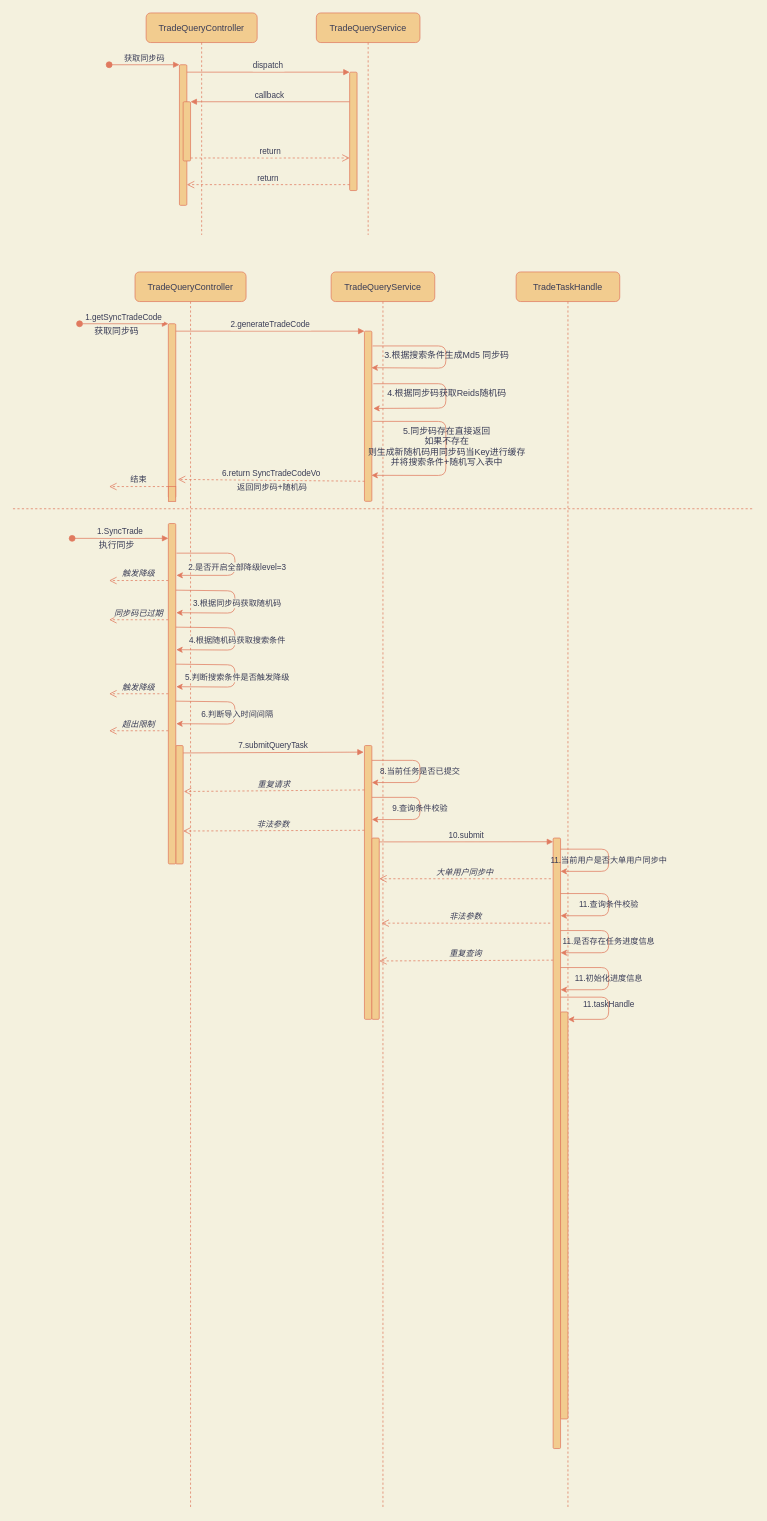
WallXue/diagrams keeps this draw.io diagram as raycloud/订单同步.drawio. Above is the earlier version. Source tidied: cells renumbered, new cells numbered last; positions are measured from the earlier drawing's top-left corner, leaving out a move shared by most shapes. Both pictures are drawn from the tidied source at 74%, with x=0, y=0 at pixel (13, 13).
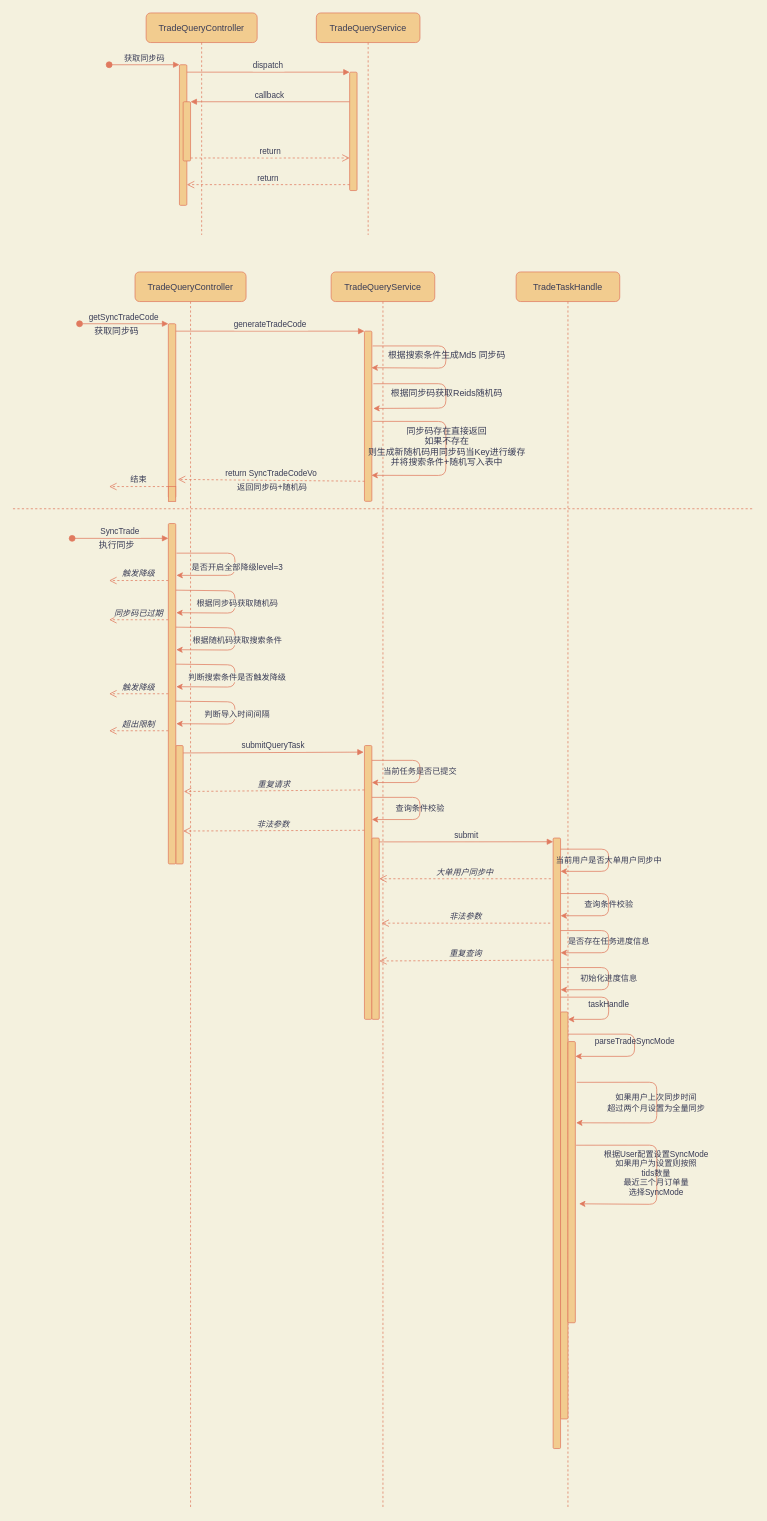
The same diagram, later.

The change refers to these unchanged cells:
```xml
<mxCell id="12" value="TradeQueryController" style="shape=umlLifeline;perimeter=lifelinePerimeter;shadow=0;strokeWidth=1;rounded=1;fillColor=#F2CC8F;strokeColor=#E07A5F;fontColor=#393C56;" parent="1" vertex="1">
  <mxGeometry x="165" y="350" width="150" height="1670" as="geometry" />
</mxCell>
<mxCell id="13" style="points=[];perimeter=orthogonalPerimeter;shadow=0;strokeWidth=1;rounded=1;fillColor=#F2CC8F;strokeColor=#E07A5F;fontColor=#393C56;" parent="12" vertex="1">
  <mxGeometry x="45" y="70" width="10" height="235" as="geometry" />
</mxCell>
<mxCell id="16" style="points=[];perimeter=orthogonalPerimeter;shadow=0;strokeWidth=1;rounded=1;fillColor=#F2CC8F;strokeColor=#E07A5F;fontColor=#393C56;" parent="15" vertex="1">
  <mxGeometry x="45" y="80" width="10" height="230" as="geometry" />
</mxCell>
<mxCell id="17" style="endArrow=classic;html=1;entryX=0.95;entryY=0.215;entryDx=0;entryDy=0;entryPerimeter=0;labelBackgroundColor=#F4F1DE;strokeColor=#E07A5F;fontColor=#393C56;" parent="15" edge="1" target="16">
  <mxGeometry relative="1" as="geometry">
    <mxPoint x="56" y="100" as="sourcePoint" />
    <Array as="points">
      <mxPoint x="155" y="100" />
      <mxPoint x="155" y="130" />
    </Array>
  </mxGeometry>
</mxCell>
<mxCell id="19" style="endArrow=classic;html=1;labelBackgroundColor=#F4F1DE;strokeColor=#E07A5F;fontColor=#393C56;entryX=1.2;entryY=0.454;entryDx=0;entryDy=0;entryPerimeter=0;exitX=1.2;exitY=0.309;exitDx=0;exitDy=0;exitPerimeter=0;" parent="15" edge="1" source="16" target="16">
  <mxGeometry relative="1" as="geometry">
    <Array as="points">
      <mxPoint x="155" y="151" />
      <mxPoint x="155" y="184" />
    </Array>
  </mxGeometry>
</mxCell>
<mxCell id="21" style="endArrow=classic;html=1;labelBackgroundColor=#F4F1DE;strokeColor=#E07A5F;fontColor=#393C56;entryX=0.95;entryY=0.847;entryDx=0;entryDy=0;entryPerimeter=0;exitX=1.117;exitY=0.53;exitDx=0;exitDy=0;exitPerimeter=0;" parent="15" edge="1" source="16" target="16">
  <mxGeometry relative="1" as="geometry">
    <Array as="points">
      <mxPoint x="155" y="202" />
      <mxPoint x="155" y="275" />
    </Array>
  </mxGeometry>
</mxCell>
<mxCell id="31" style="endArrow=classic;html=1;labelBackgroundColor=#F4F1DE;strokeColor=#E07A5F;fontColor=#393C56;" parent="1" edge="1">
  <mxGeometry relative="1" as="geometry">
    <mxPoint x="221" y="730" as="sourcePoint" />
    <mxPoint x="221" y="760" as="targetPoint" />
    <Array as="points">
      <mxPoint x="300" y="730" />
      <mxPoint x="300" y="760" />
    </Array>
  </mxGeometry>
</mxCell>
<mxCell id="33" style="endArrow=classic;html=1;exitX=1.033;exitY=0.065;exitDx=0;exitDy=0;exitPerimeter=0;labelBackgroundColor=#F4F1DE;strokeColor=#E07A5F;fontColor=#393C56;" parent="1" edge="1">
  <mxGeometry relative="1" as="geometry">
    <mxPoint x="220" y="780" as="sourcePoint" />
    <mxPoint x="220.7" y="810.5" as="targetPoint" />
    <Array as="points">
      <mxPoint x="300" y="781" />
      <mxPoint x="300" y="811" />
    </Array>
  </mxGeometry>
</mxCell>
<mxCell id="35" style="endArrow=classic;html=1;exitX=1.033;exitY=0.065;exitDx=0;exitDy=0;exitPerimeter=0;labelBackgroundColor=#F4F1DE;strokeColor=#E07A5F;fontColor=#393C56;" parent="1" edge="1">
  <mxGeometry relative="1" as="geometry">
    <mxPoint x="220" y="830" as="sourcePoint" />
    <mxPoint x="220.7" y="860.5" as="targetPoint" />
    <Array as="points">
      <mxPoint x="300" y="831" />
      <mxPoint x="300" y="861" />
    </Array>
  </mxGeometry>
</mxCell>
<mxCell id="37" style="endArrow=classic;html=1;exitX=1.033;exitY=0.065;exitDx=0;exitDy=0;exitPerimeter=0;labelBackgroundColor=#F4F1DE;strokeColor=#E07A5F;fontColor=#393C56;" parent="1" edge="1">
  <mxGeometry relative="1" as="geometry">
    <mxPoint x="220" y="880" as="sourcePoint" />
    <mxPoint x="220.7" y="910.5" as="targetPoint" />
    <Array as="points">
      <mxPoint x="300" y="881" />
      <mxPoint x="300" y="911" />
    </Array>
  </mxGeometry>
</mxCell>
<mxCell id="43" style="endArrow=classic;html=1;exitX=1.033;exitY=0.065;exitDx=0;exitDy=0;exitPerimeter=0;labelBackgroundColor=#F4F1DE;strokeColor=#E07A5F;fontColor=#393C56;" parent="1" edge="1">
  <mxGeometry relative="1" as="geometry">
    <mxPoint x="220" y="930" as="sourcePoint" />
    <mxPoint x="220.7" y="960.5" as="targetPoint" />
    <Array as="points">
      <mxPoint x="300" y="931" />
      <mxPoint x="300" y="961" />
    </Array>
  </mxGeometry>
</mxCell>
<mxCell id="47" style="points=[];perimeter=orthogonalPerimeter;shadow=0;strokeWidth=1;rounded=1;fillColor=#F2CC8F;strokeColor=#E07A5F;fontColor=#393C56;" parent="1" vertex="1">
  <mxGeometry x="475" y="990" width="10" height="370" as="geometry" />
</mxCell>
```

Diff of the diagram source:
```diff
@@
-    <mxCell id="14" value="1.getSyncTradeCode" style="verticalAlign=bottom;startArrow=oval;endArrow=block;startSize=8;shadow=0;strokeWidth=1;labelBackgroundColor=#F4F1DE;strokeColor=#E07A5F;fontColor=#393C56;" parent="12" edge="1" target="13">
+    <mxCell id="14" value="getSyncTradeCode" style="verticalAlign=bottom;startArrow=oval;endArrow=block;startSize=8;shadow=0;strokeWidth=1;labelBackgroundColor=#F4F1DE;strokeColor=#E07A5F;fontColor=#393C56;" parent="12" edge="1" target="13">
       <mxGeometry relative="1" as="geometry">
         <mxPoint x="-75" y="70" as="sourcePoint" />
       </mxGeometry>
     </mxCell>
@@
-    <mxCell id="18" value="&lt;span style=&quot;font-size: 12px&quot;&gt;3.根据搜索条件生成Md5 同步码&lt;/span&gt;&lt;br style=&quot;padding: 0px ; margin: 0px ; font-size: 12px&quot;&gt;" style="edgeLabel;html=1;align=center;verticalAlign=middle;rounded=1;labelBackgroundColor=none;fontColor=#393C56;" parent="17" vertex="1">
+    <mxCell id="18" value="&lt;span style=&quot;font-size: 12px&quot;&gt;根据搜索条件生成Md5 同步码&lt;/span&gt;" style="edgeLabel;html=1;align=center;verticalAlign=middle;rounded=1;labelBackgroundColor=none;fontColor=#393C56;" parent="17" vertex="1">
       <mxGeometry x="-0.03" relative="1" as="geometry" />
     </mxCell>
@@
-    <mxCell id="20" value="&lt;span style=&quot;font-size: 12px&quot;&gt;4.根据同步码获取Reids随机码&lt;/span&gt;" style="edgeLabel;html=1;align=center;verticalAlign=middle;rounded=1;labelBackgroundColor=none;fontColor=#393C56;" parent="19" vertex="1">
+    <mxCell id="20" value="&lt;span style=&quot;font-size: 12px&quot;&gt;根据同步码获取Reids随机码&lt;/span&gt;" style="edgeLabel;html=1;align=center;verticalAlign=middle;rounded=1;labelBackgroundColor=none;fontColor=#393C56;" parent="19" vertex="1">
       <mxGeometry x="-0.03" relative="1" as="geometry" />
     </mxCell>
@@
-    <mxCell id="22" value="&lt;span style=&quot;font-size: 12px&quot;&gt;5.同步码存在直接返回&lt;br&gt;如果不存在&lt;br&gt;则生成新随机码用同步码当Key进行缓存&lt;br&gt;并将搜索条件+随机写入表中&lt;br&gt;&lt;/span&gt;" style="edgeLabel;html=1;align=center;verticalAlign=middle;rounded=1;labelBackgroundColor=none;fontColor=#393C56;" parent="21" vertex="1">
+    <mxCell id="22" value="&lt;span style=&quot;font-size: 12px&quot;&gt;同步码存在直接返回&lt;br&gt;如果不存在&lt;br&gt;则生成新随机码用同步码当Key进行缓存&lt;br&gt;并将搜索条件+随机写入表中&lt;br&gt;&lt;/span&gt;" style="edgeLabel;html=1;align=center;verticalAlign=middle;rounded=1;labelBackgroundColor=none;fontColor=#393C56;" parent="21" vertex="1">
       <mxGeometry x="-0.03" relative="1" as="geometry" />
     </mxCell>
-    <mxCell id="23" value="2.generateTradeCode" style="verticalAlign=bottom;endArrow=block;entryX=0;entryY=0;shadow=0;strokeWidth=1;labelBackgroundColor=#F4F1DE;strokeColor=#E07A5F;fontColor=#393C56;" parent="1" edge="1" source="13" target="16">
+    <mxCell id="23" value="generateTradeCode" style="verticalAlign=bottom;endArrow=block;entryX=0;entryY=0;shadow=0;strokeWidth=1;labelBackgroundColor=#F4F1DE;strokeColor=#E07A5F;fontColor=#393C56;" parent="1" edge="1" source="13" target="16">
       <mxGeometry relative="1" as="geometry" />
     </mxCell>
@@
-    <mxCell id="25" value="6.return SyncTradeCodeVo" style="verticalAlign=bottom;endArrow=open;dashed=1;endSize=8;exitX=0.033;exitY=0.882;shadow=0;strokeWidth=1;exitDx=0;exitDy=0;exitPerimeter=0;labelBackgroundColor=#F4F1DE;strokeColor=#E07A5F;fontColor=#393C56;entryX=1.283;entryY=0.895;entryDx=0;entryDy=0;entryPerimeter=0;" parent="1" edge="1" source="16" target="13">
+    <mxCell id="25" value="return SyncTradeCodeVo" style="verticalAlign=bottom;endArrow=open;dashed=1;endSize=8;exitX=0.033;exitY=0.882;shadow=0;strokeWidth=1;exitDx=0;exitDy=0;exitPerimeter=0;labelBackgroundColor=#F4F1DE;strokeColor=#E07A5F;fontColor=#393C56;entryX=1.283;entryY=0.895;entryDx=0;entryDy=0;entryPerimeter=0;" parent="1" edge="1" source="16" target="13">
       <mxGeometry relative="1" as="geometry" />
     </mxCell>
@@
-    <mxCell id="29" value="1.SyncTrade" style="verticalAlign=bottom;startArrow=oval;endArrow=block;startSize=8;shadow=0;strokeWidth=1;labelBackgroundColor=#F4F1DE;strokeColor=#E07A5F;fontColor=#393C56;" parent="1" edge="1">
+    <mxCell id="29" value="SyncTrade" style="verticalAlign=bottom;startArrow=oval;endArrow=block;startSize=8;shadow=0;strokeWidth=1;labelBackgroundColor=#F4F1DE;strokeColor=#E07A5F;fontColor=#393C56;" parent="1" edge="1">
       <mxGeometry relative="1" as="geometry">
         <mxPoint x="80" y="710" as="sourcePoint" />
         <mxPoint x="210" y="710" as="targetPoint" />
       </mxGeometry>
     </mxCell>
@@
-    <mxCell id="32" value="2.是否开启全部降级level=3" style="edgeLabel;html=1;align=center;verticalAlign=middle;rounded=1;labelBackgroundColor=#F4F1DE;fontColor=#393C56;" parent="31" vertex="1">
+    <mxCell id="32" value="是否开启全部降级level=3" style="edgeLabel;html=1;align=center;verticalAlign=middle;rounded=1;labelBackgroundColor=#F4F1DE;fontColor=#393C56;" parent="31" vertex="1">
       <mxGeometry x="-0.13" y="2" relative="1" as="geometry">
         <mxPoint y="15" as="offset" />
       </mxGeometry>
     </mxCell>
@@
-    <mxCell id="34" value="3.根据同步码获取随机码" style="edgeLabel;html=1;align=center;verticalAlign=middle;rounded=1;labelBackgroundColor=#F4F1DE;fontColor=#393C56;" parent="33" vertex="1">
+    <mxCell id="34" value="根据同步码获取随机码" style="edgeLabel;html=1;align=center;verticalAlign=middle;rounded=1;labelBackgroundColor=#F4F1DE;fontColor=#393C56;" parent="33" vertex="1">
       <mxGeometry x="-0.13" y="2" relative="1" as="geometry">
         <mxPoint y="15" as="offset" />
       </mxGeometry>
     </mxCell>
@@
-    <mxCell id="36" value="4.根据随机码获取搜索条件" style="edgeLabel;html=1;align=center;verticalAlign=middle;rounded=1;labelBackgroundColor=#F4F1DE;fontColor=#393C56;" parent="35" vertex="1">
+    <mxCell id="36" value="根据随机码获取搜索条件" style="edgeLabel;html=1;align=center;verticalAlign=middle;rounded=1;labelBackgroundColor=#F4F1DE;fontColor=#393C56;" parent="35" vertex="1">
       <mxGeometry x="-0.13" y="2" relative="1" as="geometry">
         <mxPoint y="15" as="offset" />
       </mxGeometry>
     </mxCell>
@@
-    <mxCell id="38" value="5.判断搜索条件是否触发降级" style="edgeLabel;html=1;align=center;verticalAlign=middle;rounded=1;labelBackgroundColor=#F4F1DE;fontColor=#393C56;" parent="37" vertex="1">
+    <mxCell id="38" value="判断搜索条件是否触发降级" style="edgeLabel;html=1;align=center;verticalAlign=middle;rounded=1;labelBackgroundColor=#F4F1DE;fontColor=#393C56;" parent="37" vertex="1">
       <mxGeometry x="-0.13" y="2" relative="1" as="geometry">
         <mxPoint y="15" as="offset" />
       </mxGeometry>
     </mxCell>
@@
-    <mxCell id="44" value="6.判断导入时间间隔" style="edgeLabel;html=1;align=center;verticalAlign=middle;rounded=1;labelBackgroundColor=#F4F1DE;fontColor=#393C56;" parent="43" vertex="1">
+    <mxCell id="44" value="判断导入时间间隔" style="edgeLabel;html=1;align=center;verticalAlign=middle;rounded=1;labelBackgroundColor=#F4F1DE;fontColor=#393C56;" parent="43" vertex="1">
       <mxGeometry x="-0.13" y="2" relative="1" as="geometry">
         <mxPoint y="15" as="offset" />
       </mxGeometry>
     </mxCell>
@@
-    <mxCell id="48" value="7.submitQueryTask" style="verticalAlign=bottom;endArrow=block;shadow=0;strokeWidth=1;labelBackgroundColor=#F4F1DE;strokeColor=#E07A5F;fontColor=#393C56;entryX=-0.1;entryY=0.024;entryDx=0;entryDy=0;entryPerimeter=0;" parent="1" edge="1" target="47">
+    <mxCell id="48" value="submitQueryTask" style="verticalAlign=bottom;endArrow=block;shadow=0;strokeWidth=1;labelBackgroundColor=#F4F1DE;strokeColor=#E07A5F;fontColor=#393C56;entryX=-0.1;entryY=0.024;entryDx=0;entryDy=0;entryPerimeter=0;" parent="1" edge="1" target="47">
       <mxGeometry relative="1" as="geometry">
         <mxPoint x="230" y="1000" as="sourcePoint" />
       </mxGeometry>
     </mxCell>
@@
-    <mxCell id="50" value="8.当前任务是否已提交" style="endArrow=classic;html=1;fontColor=#393C56;strokeColor=#E07A5F;fillColor=#F2CC8F;elbow=vertical;labelBackgroundColor=none;" parent="1" edge="1">
+    <mxCell id="50" value="当前任务是否已提交" style="endArrow=classic;html=1;fontColor=#393C56;strokeColor=#E07A5F;fillColor=#F2CC8F;elbow=vertical;labelBackgroundColor=none;" parent="1" edge="1">
       <mxGeometry relative="1" as="geometry">
         <mxPoint x="485" y="1010" as="sourcePoint" />
         <mxPoint x="485" y="1040" as="targetPoint" />
         <Array as="points">
           <mxPoint x="550" y="1010" />
           <mxPoint x="550" y="1040" />
         </Array>
       </mxGeometry>
     </mxCell>
@@
-    <mxCell id="52" value="9.查询条件校验" style="endArrow=classic;html=1;fontColor=#393C56;strokeColor=#E07A5F;fillColor=#F2CC8F;elbow=vertical;labelBackgroundColor=none;" parent="1" edge="1">
+    <mxCell id="52" value="查询条件校验" style="endArrow=classic;html=1;fontColor=#393C56;strokeColor=#E07A5F;fillColor=#F2CC8F;elbow=vertical;labelBackgroundColor=none;" parent="1" edge="1">
       <mxGeometry relative="1" as="geometry">
         <mxPoint x="485" y="1060" as="sourcePoint" />
         <mxPoint x="485" y="1090" as="targetPoint" />
         <Array as="points">
           <mxPoint x="550" y="1060" />
           <mxPoint x="550" y="1090" />
         </Array>
       </mxGeometry>
     </mxCell>
@@
-    <mxCell id="56" value="10.submit" style="verticalAlign=bottom;endArrow=block;shadow=0;strokeWidth=1;labelBackgroundColor=#F4F1DE;strokeColor=#E07A5F;fontColor=#393C56;" parent="1" edge="1">
+    <mxCell id="56" value="submit" style="verticalAlign=bottom;endArrow=block;shadow=0;strokeWidth=1;labelBackgroundColor=#F4F1DE;strokeColor=#E07A5F;fontColor=#393C56;" parent="1" edge="1">
       <mxGeometry relative="1" as="geometry">
         <mxPoint x="495" y="1120.2" as="sourcePoint" />
         <mxPoint x="730" y="1120" as="targetPoint" />
       </mxGeometry>
     </mxCell>
-    <mxCell id="57" value="11.查询条件校验" style="endArrow=classic;html=1;fontColor=#393C56;strokeColor=#E07A5F;fillColor=#F2CC8F;elbow=vertical;labelBackgroundColor=none;" parent="1" edge="1">
+    <mxCell id="57" value="查询条件校验" style="endArrow=classic;html=1;fontColor=#393C56;strokeColor=#E07A5F;fillColor=#F2CC8F;elbow=vertical;labelBackgroundColor=none;" parent="1" edge="1">
       <mxGeometry relative="1" as="geometry">
         <mxPoint x="740" y="1190" as="sourcePoint" />
         <mxPoint x="740" y="1220" as="targetPoint" />
         <Array as="points">
           <mxPoint x="805" y="1190" />
           <mxPoint x="805" y="1220" />
         </Array>
       </mxGeometry>
     </mxCell>
@@
-    <mxCell id="59" value="11.当前用户是否大单用户同步中" style="endArrow=classic;html=1;fontColor=#393C56;strokeColor=#E07A5F;fillColor=#F2CC8F;elbow=vertical;labelBackgroundColor=none;" parent="1" edge="1">
+    <mxCell id="59" value="当前用户是否大单用户同步中" style="endArrow=classic;html=1;fontColor=#393C56;strokeColor=#E07A5F;fillColor=#F2CC8F;elbow=vertical;labelBackgroundColor=none;" parent="1" edge="1">
       <mxGeometry relative="1" as="geometry">
         <mxPoint x="740" y="1130" as="sourcePoint" />
         <mxPoint x="740" y="1160" as="targetPoint" />
         <Array as="points">
           <mxPoint x="805" y="1130" />
           <mxPoint x="805" y="1160" />
         </Array>
       </mxGeometry>
     </mxCell>
@@
-    <mxCell id="61" value="11.是否存在任务进度信息" style="endArrow=classic;html=1;fontColor=#393C56;strokeColor=#E07A5F;fillColor=#F2CC8F;elbow=vertical;labelBackgroundColor=none;" parent="1" edge="1">
+    <mxCell id="61" value="是否存在任务进度信息" style="endArrow=classic;html=1;fontColor=#393C56;strokeColor=#E07A5F;fillColor=#F2CC8F;elbow=vertical;labelBackgroundColor=none;" parent="1" edge="1">
       <mxGeometry relative="1" as="geometry">
         <mxPoint x="740" y="1240" as="sourcePoint" />
         <mxPoint x="740" y="1270" as="targetPoint" />
         <Array as="points">
           <mxPoint x="805" y="1240" />
           <mxPoint x="805" y="1270" />
         </Array>
       </mxGeometry>
     </mxCell>
@@
-    <mxCell id="63" value="11.初始化进度信息" style="endArrow=classic;html=1;fontColor=#393C56;strokeColor=#E07A5F;fillColor=#F2CC8F;elbow=vertical;labelBackgroundColor=none;" parent="1" edge="1">
+    <mxCell id="63" value="初始化进度信息" style="endArrow=classic;html=1;fontColor=#393C56;strokeColor=#E07A5F;fillColor=#F2CC8F;elbow=vertical;labelBackgroundColor=none;" parent="1" edge="1">
       <mxGeometry relative="1" as="geometry">
         <mxPoint x="740" y="1290" as="sourcePoint" />
         <mxPoint x="740" y="1320" as="targetPoint" />
         <Array as="points">
           <mxPoint x="805" y="1290" />
           <mxPoint x="805" y="1320" />
         </Array>
       </mxGeometry>
     </mxCell>
@@
-    <mxCell id="65" value="11.taskHandle" style="endArrow=classic;html=1;fontColor=#393C56;strokeColor=#E07A5F;fillColor=#F2CC8F;elbow=vertical;labelBackgroundColor=none;" parent="1" edge="1">
+    <mxCell id="65" value="taskHandle" style="endArrow=classic;html=1;fontColor=#393C56;strokeColor=#E07A5F;fillColor=#F2CC8F;elbow=vertical;labelBackgroundColor=none;" parent="1" edge="1">
       <mxGeometry relative="1" as="geometry">
         <mxPoint x="740" y="1330" as="sourcePoint" />
         <mxPoint x="750" y="1360" as="targetPoint" />
         <Array as="points">
           <mxPoint x="805" y="1330" />
           <mxPoint x="805" y="1360" />
         </Array>
       </mxGeometry>
     </mxCell>
@@
+    <mxCell id="67" style="points=[];perimeter=orthogonalPerimeter;shadow=0;strokeWidth=1;rounded=1;fillColor=#F2CC8F;strokeColor=#E07A5F;fontColor=#393C56;" parent="1" vertex="1">
+      <mxGeometry x="750" y="1390" width="10" height="380" as="geometry" />
+    </mxCell>
+    <mxCell id="68" value="parseTradeSyncMode" style="endArrow=classic;html=1;fontColor=#393C56;strokeColor=#E07A5F;fillColor=#F2CC8F;elbow=vertical;labelBackgroundColor=none;" parent="1" edge="1">
+      <mxGeometry relative="1" as="geometry">
+        <mxPoint x="750" y="1380" as="sourcePoint" />
+        <mxPoint x="760" y="1410" as="targetPoint" />
+        <Array as="points">
+          <mxPoint x="840" y="1380" />
+          <mxPoint x="840" y="1410" />
+        </Array>
+      </mxGeometry>
+    </mxCell>
+    <mxCell id="69" style="endArrow=classic;html=1;labelBackgroundColor=none;fontColor=#393C56;strokeColor=#E07A5F;fillColor=#F2CC8F;exitX=1.2;exitY=0.145;exitDx=0;exitDy=0;exitPerimeter=0;entryX=1.1;entryY=0.289;entryDx=0;entryDy=0;entryPerimeter=0;" parent="1" edge="1" source="67" target="67">
+      <mxGeometry relative="1" as="geometry">
+        <Array as="points">
+          <mxPoint x="870" y="1445" />
+          <mxPoint x="870" y="1500" />
+        </Array>
+      </mxGeometry>
+    </mxCell>
+    <mxCell id="70" value="&lt;span style=&quot;&quot;&gt;如果用户上次同步时间&lt;br&gt;超过两个月设置为全量同步&lt;/span&gt;" style="edgeLabel;html=1;align=center;verticalAlign=middle;fontColor=#393C56;labelBackgroundColor=none;" parent="69" vertex="1">
+      <mxGeometry y="-2" relative="1" as="geometry" />
+    </mxCell>
+    <mxCell id="71" style="endArrow=classic;html=1;labelBackgroundColor=none;fontColor=#393C56;strokeColor=#E07A5F;fillColor=#F2CC8F;exitX=1.2;exitY=0.145;exitDx=0;exitDy=0;exitPerimeter=0;entryX=1.5;entryY=0.577;entryDx=0;entryDy=0;entryPerimeter=0;" parent="1" edge="1" target="67">
+      <mxGeometry relative="1" as="geometry">
+        <mxPoint x="761" y="1530.1" as="sourcePoint" />
+        <Array as="points">
+          <mxPoint x="870" y="1530" />
+          <mxPoint x="870" y="1610" />
+        </Array>
+      </mxGeometry>
+    </mxCell>
+    <mxCell id="72" value="&lt;span&gt;根据User配置设置SyncMode&lt;br&gt;如果用户为设置则按照&lt;br&gt;tids数量&lt;br&gt;最近三个月订单量&lt;br&gt;选择SyncMode&lt;br&gt;&lt;/span&gt;" style="edgeLabel;html=1;align=center;verticalAlign=middle;fontColor=#393C56;labelBackgroundColor=none;" parent="71" vertex="1">
+      <mxGeometry y="-2" relative="1" as="geometry" />
+    </mxCell>
```
